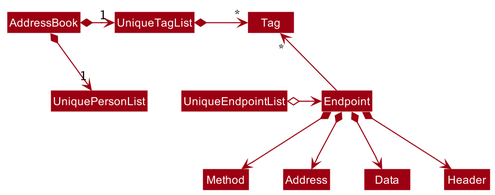
nus-cs2103-AY2021S2/tp keeps this PlantUML diagram as docs/images/BetterModelClassDiagram.png. Above is the earlier version.
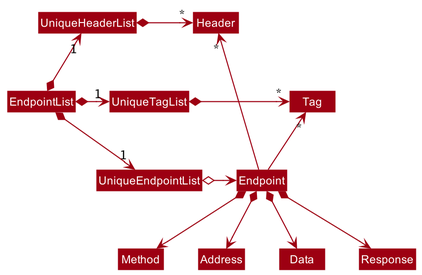
Above is the later version.

The edit, as a diff of the source:
```diff
@@ -4,18 +4,21 @@
 skinparam arrowColor MODEL_COLOR
 skinparam classBackgroundColor MODEL_COLOR
 
-AddressBook *-right-> "1" UniquePersonList
-AddressBook *-right-> "1" UniqueTagList
-UniqueTagList -[hidden]down- UniquePersonList
-UniqueTagList -[hidden]down- UniquePersonList
+EndpointList *-right-> "1" UniqueEndpointList
+EndpointList *-right-> "1" UniqueTagList
+EndpointList *-up-> "1" UniqueHeaderList
+UniqueTagList -[hidden]down- UniqueEndpointList
+UniqueTagList -[hidden]down- UniqueEndpointList
 
 UniqueTagList *-right-> "*" Tag
+UniqueHeaderList *-right-> "*" Header
 UniqueEndpointList o-right-> Endpoint
 
 Endpoint -up-> "*" Tag
+Endpoint -up-> "*" Header
 
 Endpoint *--> Method
 Endpoint *--> Address
 Endpoint *--> Data
-Endpoint *--> Header
+Endpoint *--> Response
 @enduml
```
